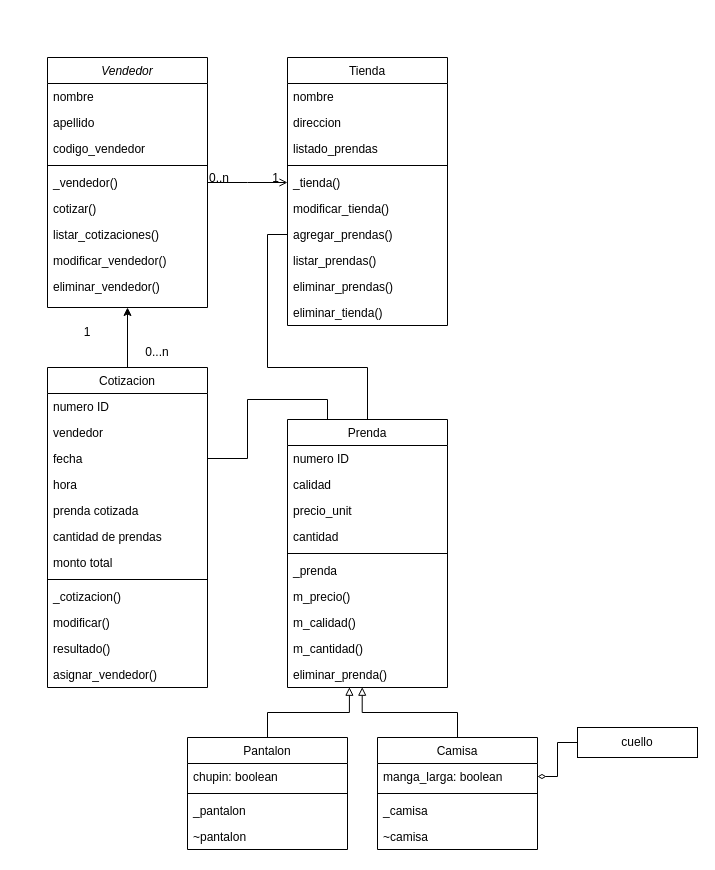
The draw.io diagram Diagrama_Clases.drawio in Santira243/PracticaQuark, before the edit. Source tidied: cells renumbered, new cells numbered last; positions are measured from the earlier drawing's top-left corner, leaving out a move shared by most shapes. Both pictures are drawn from the tidied source at 100%, with x=0, y=0 at pixel (47, 57).
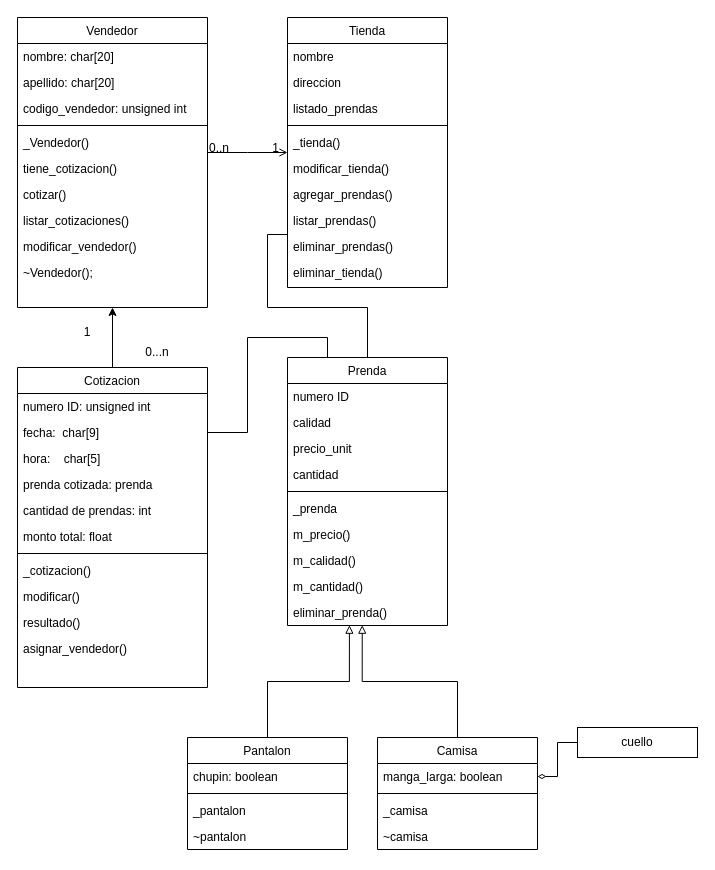
The same page after the edit.

Commit message:
Diagrama_clases_quark

Unchanged cells that the change refers to:
```xml
<mxCell id="33" value="agregar_prendas()" style="text;align=left;verticalAlign=top;spacingLeft=4;spacingRight=4;overflow=hidden;points=[[0,0.5],[1,0.5]];portConstraint=eastwest;" parent="26" vertex="1">
  <mxGeometry y="164" width="160" height="26" as="geometry" />
</mxCell>
```

Diff of the diagram source:
```diff
@@
-    <mxCell id="2" value="Vendedor" style="swimlane;fontStyle=2;align=center;verticalAlign=top;horizontal=1;startSize=26;rounded=0;shadow=0;strokeWidth=1;" parent="1" vertex="1">
-      <mxGeometry width="160" height="250" as="geometry" />
+    <mxCell id="2" value="Vendedor" style="swimlane;fontStyle=0;align=center;verticalAlign=top;horizontal=1;startSize=26;rounded=0;shadow=0;strokeWidth=1;" parent="1" vertex="1">
+      <mxGeometry x="-30" y="-40" width="190" height="290" as="geometry" />
     </mxCell>
-    <mxCell id="3" value="nombre" style="text;align=left;verticalAlign=top;spacingLeft=4;spacingRight=4;overflow=hidden;" parent="2" vertex="1">
-      <mxGeometry y="26" width="160" height="26" as="geometry" />
+    <mxCell id="3" value="nombre: char[20]" style="text;align=left;verticalAlign=top;spacingLeft=4;spacingRight=4;overflow=hidden;" parent="2" vertex="1">
+      <mxGeometry y="26" width="190" height="26" as="geometry" />
     </mxCell>
-    <mxCell id="4" value="apellido" style="text;align=left;verticalAlign=top;spacingLeft=4;spacingRight=4;overflow=hidden;rounded=0;shadow=0;html=0;" parent="2" vertex="1">
-      <mxGeometry y="52" width="160" height="26" as="geometry" />
+    <mxCell id="4" value="apellido: char[20]" style="text;align=left;verticalAlign=top;spacingLeft=4;spacingRight=4;overflow=hidden;rounded=0;shadow=0;html=0;" parent="2" vertex="1">
+      <mxGeometry y="52" width="190" height="26" as="geometry" />
     </mxCell>
-    <mxCell id="5" value="codigo_vendedor" style="text;align=left;verticalAlign=top;spacingLeft=4;spacingRight=4;overflow=hidden;rounded=0;shadow=0;html=0;" parent="2" vertex="1">
-      <mxGeometry y="78" width="160" height="26" as="geometry" />
+    <mxCell id="5" value="codigo_vendedor: unsigned int" style="text;align=left;verticalAlign=top;spacingLeft=4;spacingRight=4;overflow=hidden;rounded=0;shadow=0;html=0;" parent="2" vertex="1">
+      <mxGeometry y="78" width="190" height="26" as="geometry" />
     </mxCell>
     <mxCell id="6" style="line;html=1;strokeWidth=1;align=left;verticalAlign=middle;spacingTop=-1;spacingLeft=3;spacingRight=3;labelPosition=right;" parent="2" vertex="1">
-      <mxGeometry y="104" width="160" height="8" as="geometry" />
+      <mxGeometry y="104" width="190" height="8" as="geometry" />
     </mxCell>
-    <mxCell id="7" value="_vendedor()" style="text;align=left;verticalAlign=top;spacingLeft=4;spacingRight=4;overflow=hidden;rounded=0;shadow=0;html=0;" parent="2" vertex="1">
-      <mxGeometry y="112" width="160" height="26" as="geometry" />
+    <mxCell id="7" value="_Vendedor()" style="text;align=left;verticalAlign=top;spacingLeft=4;spacingRight=4;overflow=hidden;rounded=0;shadow=0;html=0;" parent="2" vertex="1">
+      <mxGeometry y="112" width="190" height="26" as="geometry" />
     </mxCell>
+    <mxCell id="69" value="tiene_cotizacion()" style="text;align=left;verticalAlign=top;spacingLeft=4;spacingRight=4;overflow=hidden;rounded=0;shadow=0;html=0;" parent="2" vertex="1">
+      <mxGeometry y="138" width="190" height="26" as="geometry" />
+    </mxCell>
     <mxCell id="8" value="cotizar()&#10;" style="text;align=left;verticalAlign=top;spacingLeft=4;spacingRight=4;overflow=hidden;rounded=0;shadow=0;html=0;" parent="2" vertex="1">
-      <mxGeometry y="138" width="160" height="26" as="geometry" />
+      <mxGeometry y="164" width="190" height="26" as="geometry" />
     </mxCell>
     <mxCell id="9" value="listar_cotizaciones()" style="text;align=left;verticalAlign=top;spacingLeft=4;spacingRight=4;overflow=hidden;rounded=0;shadow=0;html=0;" parent="2" vertex="1">
-      <mxGeometry y="164" width="160" height="26" as="geometry" />
+      <mxGeometry y="190" width="190" height="26" as="geometry" />
     </mxCell>
     <mxCell id="10" value="modificar_vendedor()&#10;" style="text;align=left;verticalAlign=top;spacingLeft=4;spacingRight=4;overflow=hidden;rounded=0;shadow=0;html=0;" parent="2" vertex="1">
-      <mxGeometry y="190" width="160" height="26" as="geometry" />
+      <mxGeometry y="216" width="190" height="26" as="geometry" />
     </mxCell>
-    <mxCell id="11" value="eliminar_vendedor()&#10;" style="text;align=left;verticalAlign=top;spacingLeft=4;spacingRight=4;overflow=hidden;rounded=0;shadow=0;html=0;" parent="2" vertex="1">
-      <mxGeometry y="216" width="160" height="26" as="geometry" />
+    <mxCell id="11" value="~Vendedor();" style="text;align=left;verticalAlign=top;spacingLeft=4;spacingRight=4;overflow=hidden;rounded=0;shadow=0;html=0;" parent="2" vertex="1">
+      <mxGeometry y="242" width="190" height="26" as="geometry" />
     </mxCell>
     <mxCell id="12" value="Cotizacion" style="swimlane;fontStyle=0;align=center;verticalAlign=top;horizontal=1;startSize=26;rounded=0;shadow=0;strokeWidth=1;" parent="1" vertex="1">
-      <mxGeometry y="310" width="160" height="320" as="geometry" />
+      <mxGeometry x="-30" y="310" width="190" height="320" as="geometry" />
     </mxCell>
-    <mxCell id="13" value="numero ID" style="text;align=left;verticalAlign=top;spacingLeft=4;spacingRight=4;overflow=hidden;" parent="12" vertex="1">
-      <mxGeometry y="26" width="160" height="26" as="geometry" />
+    <mxCell id="13" value="numero ID: unsigned int" style="text;align=left;verticalAlign=top;spacingLeft=4;spacingRight=4;overflow=hidden;" parent="12" vertex="1">
+      <mxGeometry y="26" width="190" height="26" as="geometry" />
     </mxCell>
-    <mxCell id="14" value="vendedor" style="text;align=left;verticalAlign=top;spacingLeft=4;spacingRight=4;overflow=hidden;rounded=0;shadow=0;html=0;" parent="12" vertex="1">
-      <mxGeometry y="52" width="160" height="26" as="geometry" />
-    </mxCell>
-    <mxCell id="15" value="fecha&#10;" style="text;align=left;verticalAlign=top;spacingLeft=4;spacingRight=4;overflow=hidden;points=[[0,0.5],[1,0.5]];portConstraint=eastwest;rounded=0;shadow=0;html=0;" parent="12" vertex="1">
-      <mxGeometry y="78" width="160" height="26" as="geometry" />
+    <mxCell id="15" value="fecha:  char[9]&#10;" style="text;align=left;verticalAlign=top;spacingLeft=4;spacingRight=4;overflow=hidden;points=[[0,0.5],[1,0.5]];portConstraint=eastwest;rounded=0;shadow=0;html=0;" parent="12" vertex="1">
+      <mxGeometry y="52" width="190" height="26" as="geometry" />
     </mxCell>
-    <mxCell id="16" value="hora" style="text;align=left;verticalAlign=top;spacingLeft=4;spacingRight=4;overflow=hidden;rounded=0;shadow=0;html=0;" parent="12" vertex="1">
-      <mxGeometry y="104" width="160" height="26" as="geometry" />
+    <mxCell id="16" value="hora:    char[5]" style="text;align=left;verticalAlign=top;spacingLeft=4;spacingRight=4;overflow=hidden;rounded=0;shadow=0;html=0;" parent="12" vertex="1">
+      <mxGeometry y="78" width="190" height="26" as="geometry" />
     </mxCell>
-    <mxCell id="17" value="prenda cotizada" style="text;align=left;verticalAlign=top;spacingLeft=4;spacingRight=4;overflow=hidden;rounded=0;shadow=0;html=0;" parent="12" vertex="1">
-      <mxGeometry y="130" width="160" height="26" as="geometry" />
+    <mxCell id="17" value="prenda cotizada: prenda" style="text;align=left;verticalAlign=top;spacingLeft=4;spacingRight=4;overflow=hidden;rounded=0;shadow=0;html=0;" parent="12" vertex="1">
+      <mxGeometry y="104" width="190" height="26" as="geometry" />
     </mxCell>
-    <mxCell id="18" value="cantidad de prendas" style="text;align=left;verticalAlign=top;spacingLeft=4;spacingRight=4;overflow=hidden;rounded=0;shadow=0;html=0;" parent="12" vertex="1">
-      <mxGeometry y="156" width="160" height="26" as="geometry" />
+    <mxCell id="18" value="cantidad de prendas: int" style="text;align=left;verticalAlign=top;spacingLeft=4;spacingRight=4;overflow=hidden;rounded=0;shadow=0;html=0;" parent="12" vertex="1">
+      <mxGeometry y="130" width="190" height="26" as="geometry" />
     </mxCell>
-    <mxCell id="19" value="monto total" style="text;align=left;verticalAlign=top;spacingLeft=4;spacingRight=4;overflow=hidden;rounded=0;shadow=0;html=0;" parent="12" vertex="1">
-      <mxGeometry y="182" width="160" height="26" as="geometry" />
+    <mxCell id="19" value="monto total: float" style="text;align=left;verticalAlign=top;spacingLeft=4;spacingRight=4;overflow=hidden;rounded=0;shadow=0;html=0;" parent="12" vertex="1">
+      <mxGeometry y="156" width="190" height="26" as="geometry" />
     </mxCell>
     <mxCell id="20" style="line;html=1;strokeWidth=1;align=left;verticalAlign=middle;spacingTop=-1;spacingLeft=3;spacingRight=3;labelPosition=right;" parent="12" vertex="1">
-      <mxGeometry y="208" width="160" height="8" as="geometry" />
+      <mxGeometry y="182" width="190" height="8" as="geometry" />
     </mxCell>
     <mxCell id="21" value="_cotizacion()" style="text;align=left;verticalAlign=top;spacingLeft=4;spacingRight=4;overflow=hidden;rounded=0;shadow=0;html=0;" parent="12" vertex="1">
-      <mxGeometry y="216" width="160" height="26" as="geometry" />
+      <mxGeometry y="190" width="190" height="26" as="geometry" />
     </mxCell>
     <mxCell id="22" value="modificar()" style="text;align=left;verticalAlign=top;spacingLeft=4;spacingRight=4;overflow=hidden;rounded=0;shadow=0;html=0;" parent="12" vertex="1">
-      <mxGeometry y="242" width="160" height="26" as="geometry" />
+      <mxGeometry y="216" width="190" height="26" as="geometry" />
     </mxCell>
     <mxCell id="23" value="resultado()" style="text;align=left;verticalAlign=top;spacingLeft=4;spacingRight=4;overflow=hidden;rounded=0;shadow=0;html=0;" parent="12" vertex="1">
-      <mxGeometry y="268" width="160" height="26" as="geometry" />
+      <mxGeometry y="242" width="190" height="26" as="geometry" />
     </mxCell>
     <mxCell id="24" value="asignar_vendedor()" style="text;align=left;verticalAlign=top;spacingLeft=4;spacingRight=4;overflow=hidden;rounded=0;shadow=0;html=0;" parent="12" vertex="1">
-      <mxGeometry y="294" width="160" height="26" as="geometry" />
+      <mxGeometry y="268" width="190" height="26" as="geometry" />
     </mxCell>
@@
     <mxCell id="26" value="Tienda" style="swimlane;fontStyle=0;align=center;verticalAlign=top;horizontal=1;startSize=26;rounded=0;shadow=0;strokeWidth=1;" parent="1" vertex="1">
-      <mxGeometry x="240" width="160" height="268" as="geometry" />
+      <mxGeometry x="240" y="-40" width="160" height="270" as="geometry" />
     </mxCell>
@@
     <mxCell id="40" style="edgeStyle=orthogonalEdgeStyle;rounded=0;jettySize=auto;html=1;exitX=0.5;exitY=0;exitDx=0;exitDy=0;entryX=0;entryY=0.5;entryDx=0;entryDy=0;endArrow=none;endFill=0;" parent="1" edge="1" source="41" target="33">
       <mxGeometry relative="1" as="geometry">
         <Array as="points">
-          <mxPoint x="320" y="310" />
-          <mxPoint x="220" y="310" />
+          <mxPoint x="320" y="250" />
+          <mxPoint x="220" y="250" />
           <mxPoint x="220" y="177" />
+          <mxPoint x="240" y="177" />
         </Array>
       </mxGeometry>
     </mxCell>
     <mxCell id="41" value="Prenda" style="swimlane;fontStyle=0;align=center;verticalAlign=top;horizontal=1;startSize=26;rounded=0;shadow=0;strokeWidth=1;" parent="1" vertex="1">
-      <mxGeometry x="240" y="362" width="160" height="268" as="geometry" />
+      <mxGeometry x="240" y="300" width="160" height="268" as="geometry" />
     </mxCell>
```
